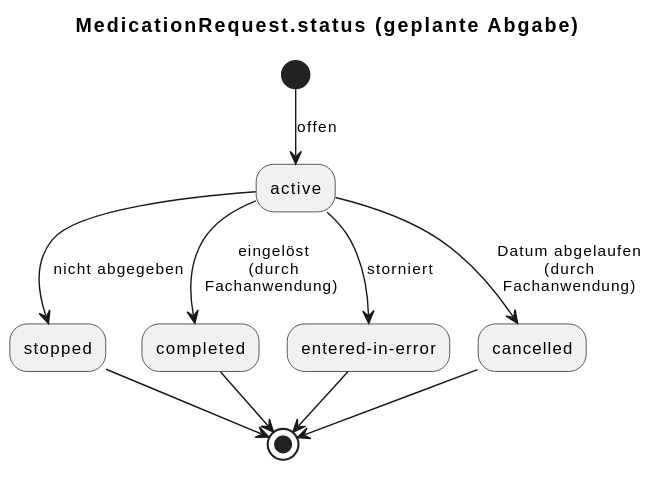
Before: input/images/plantuml/stateDiagram_mr_status_geplante_abgabe.svg, a diagram exported from PlantUML (HL7Austria/ELGA-e-Medikation-R4).
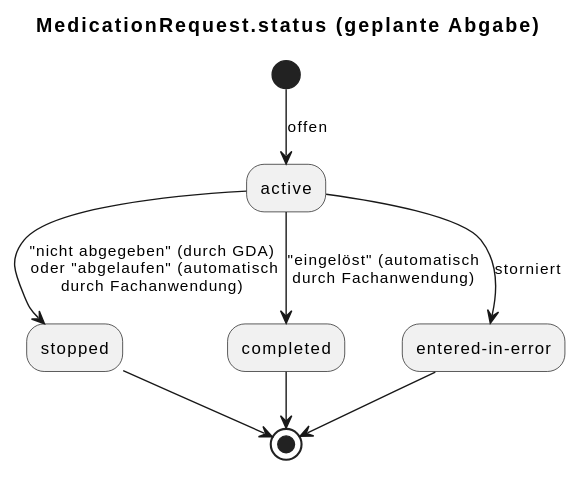
After the change.

Commit message:
Update states geplante Abgabe

The edit, as a diff of the source:
```diff
@@ -2,12 +2,10 @@
 title MedicationRequest.status (geplante Abgabe)
 
 (*) --> [offen] active
-active --> [nicht abgegeben] stopped
-active --> [eingelöst\n(durch\nFachanwendung) ] completed
-active --> [storniert] "entered-in-error"
-active --> [Datum abgelaufen\n(durch\nFachanwendung)] cancelled
+active --> ["nicht abgegeben" (durch GDA)\n oder "abgelaufen" (automatisch\ndurch Fachanwendung)] stopped
+active --> ["eingelöst" (automatisch\ndurch Fachanwendung)] completed
+active --> [storniert] entered-in-error
 stopped --> (*)
 "entered-in-error" --> (*)
 completed --> (*)
-cancelled --> (*)
 @enduml
```
